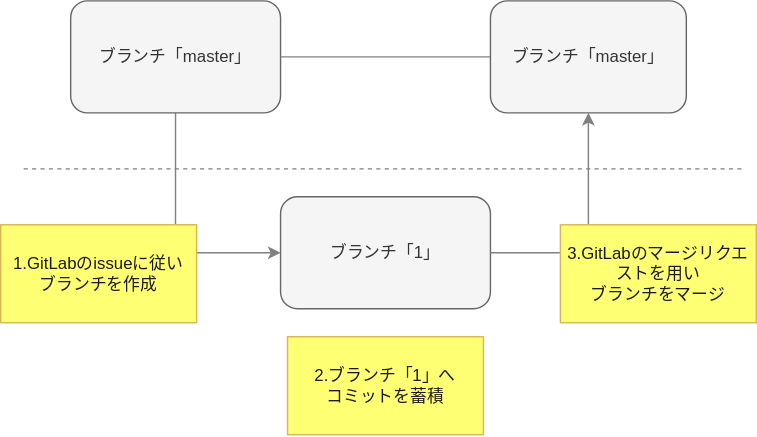
cnc4e/git-practice keeps this draw.io diagram as assets/2-3-1.drawio.svg. Above is the earlier version. Source tidied: cells renumbered, new cells last; positions are measured from the earlier drawing's top-left corner, leaving out a move shared by most shapes. The source it was exported from:
```xml
<mxGraphModel>
  <root>
    <mxCell id="0" />
    <mxCell id="1" parent="0" />
    <mxCell id="2" style="edgeStyle=orthogonalEdgeStyle;rounded=0;jettySize=auto;html=1;entryX=0;entryY=0.5;entryDx=0;entryDy=0;strokeColor=#808080;" parent="1" edge="1" source="3" target="4">
      <mxGeometry relative="1" as="geometry" />
    </mxCell>
    <mxCell id="3" value="ブランチ「master」" style="rounded=1;whiteSpace=wrap;html=1;fillColor=#f5f5f5;strokeColor=#666666;fontColor=#333333;" parent="1" vertex="1">
      <mxGeometry x="50" width="150" height="80" as="geometry" />
    </mxCell>
    <mxCell id="4" value="ブランチ「1」" style="rounded=1;whiteSpace=wrap;html=1;fillColor=#f5f5f5;strokeColor=#666666;fontColor=#333333;" parent="1" vertex="1">
      <mxGeometry x="200" y="140" width="150" height="80" as="geometry" />
    </mxCell>
    <mxCell id="5" style="endArrow=none;html=1;exitX=1;exitY=0.5;exitDx=0;exitDy=0;entryX=0;entryY=0.5;entryDx=0;entryDy=0;strokeColor=#808080;" parent="1" edge="1" source="3" target="6">
      <mxGeometry relative="1" as="geometry" />
    </mxCell>
    <mxCell id="6" value="ブランチ「master」" style="rounded=1;whiteSpace=wrap;html=1;fillColor=#f5f5f5;strokeColor=#666666;fontColor=#333333;" parent="1" vertex="1">
      <mxGeometry x="350" width="140" height="80" as="geometry" />
    </mxCell>
    <mxCell id="7" style="edgeStyle=orthogonalEdgeStyle;rounded=0;jettySize=auto;html=1;entryX=0.5;entryY=1;entryDx=0;entryDy=0;exitX=1;exitY=0.5;exitDx=0;exitDy=0;strokeColor=#808080;" parent="1" edge="1" source="4" target="6">
      <mxGeometry relative="1" as="geometry" />
    </mxCell>
    <mxCell id="8" value="1.GitLabのissueに従い&lt;br&gt;ブランチを作成" style="rounded=0;whiteSpace=wrap;html=1;fillColor=#FFFF73;strokeColor=#d6b656;fontColor=#1A1A1A;" parent="1" vertex="1">
      <mxGeometry y="160" width="140" height="70" as="geometry" />
    </mxCell>
    <mxCell id="9" value="2.ブランチ「1」へ&lt;br&gt;コミットを蓄積" style="rounded=0;whiteSpace=wrap;html=1;fillColor=#FFFF73;strokeColor=#d6b656;fontColor=#1A1A1A;" parent="1" vertex="1">
      <mxGeometry x="205" y="240" width="140" height="70" as="geometry" />
    </mxCell>
    <mxCell id="10" value="3.GitLabのマージリクエストを用い&lt;br&gt;ブランチをマージ" style="rounded=0;whiteSpace=wrap;html=1;fillColor=#FFFF73;strokeColor=#d6b656;fontColor=#1A1A1A;" parent="1" vertex="1">
      <mxGeometry x="400" y="160" width="140" height="70" as="geometry" />
    </mxCell>
    <mxCell id="11" style="endArrow=none;dashed=1;html=1;strokeColor=#808080;" parent="1" edge="1">
      <mxGeometry relative="1" as="geometry">
        <mxPoint x="16.4" y="120" as="sourcePoint" />
        <mxPoint x="530" y="120" as="targetPoint" />
      </mxGeometry>
    </mxCell>
  </root>
</mxGraphModel>
```
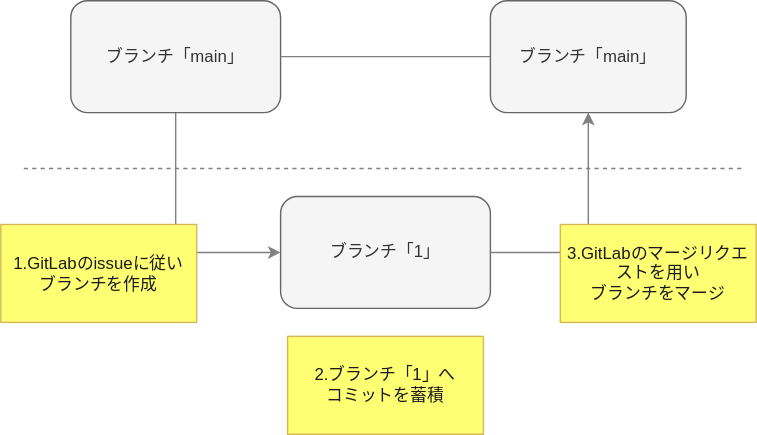
The same file after the commit.

Change to the diagram source:
```diff
@@ -5,7 +5,7 @@
     <mxCell id="2" style="edgeStyle=orthogonalEdgeStyle;rounded=0;jettySize=auto;html=1;entryX=0;entryY=0.5;entryDx=0;entryDy=0;strokeColor=#808080;" parent="1" edge="1" source="3" target="4">
       <mxGeometry relative="1" as="geometry" />
     </mxCell>
-    <mxCell id="3" value="ブランチ「master」" style="rounded=1;whiteSpace=wrap;html=1;fillColor=#f5f5f5;strokeColor=#666666;fontColor=#333333;" parent="1" vertex="1">
+    <mxCell id="3" value="ブランチ「main」" style="rounded=1;whiteSpace=wrap;html=1;fillColor=#f5f5f5;strokeColor=#666666;fontColor=#333333;" parent="1" vertex="1">
       <mxGeometry x="50" width="150" height="80" as="geometry" />
     </mxCell>
     <mxCell id="4" value="ブランチ「1」" style="rounded=1;whiteSpace=wrap;html=1;fillColor=#f5f5f5;strokeColor=#666666;fontColor=#333333;" parent="1" vertex="1">
@@ -14,7 +14,7 @@
     <mxCell id="5" style="endArrow=none;html=1;exitX=1;exitY=0.5;exitDx=0;exitDy=0;entryX=0;entryY=0.5;entryDx=0;entryDy=0;strokeColor=#808080;" parent="1" edge="1" source="3" target="6">
       <mxGeometry relative="1" as="geometry" />
     </mxCell>
-    <mxCell id="6" value="ブランチ「master」" style="rounded=1;whiteSpace=wrap;html=1;fillColor=#f5f5f5;strokeColor=#666666;fontColor=#333333;" parent="1" vertex="1">
+    <mxCell id="6" value="ブランチ「main」" style="rounded=1;whiteSpace=wrap;html=1;fillColor=#f5f5f5;strokeColor=#666666;fontColor=#333333;" parent="1" vertex="1">
       <mxGeometry x="350" width="140" height="80" as="geometry" />
     </mxCell>
     <mxCell id="7" style="edgeStyle=orthogonalEdgeStyle;rounded=0;jettySize=auto;html=1;entryX=0.5;entryY=1;entryDx=0;entryDy=0;exitX=1;exitY=0.5;exitDx=0;exitDy=0;strokeColor=#808080;" parent="1" edge="1" source="4" target="6">
```
